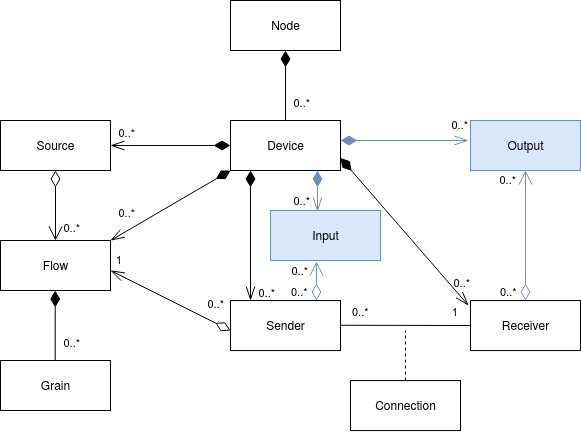
Earlier version of the draw.io export docs/images/is-11-data-model.png (AMWA-TV/is-11). Source tidied: cells renumbered, new cells last; positions are measured from the earlier drawing's top-left corner, leaving out a move shared by most shapes.
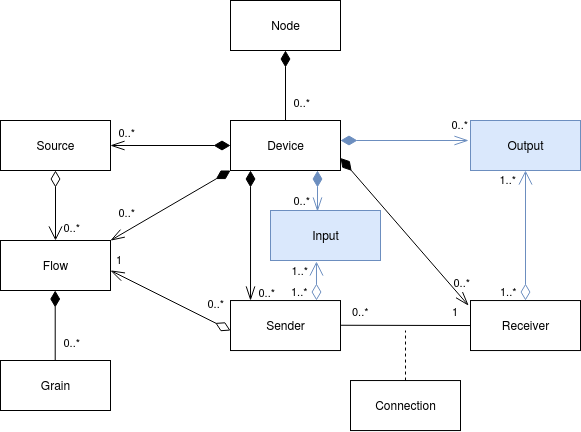
Later version of the same file.

Commit message:
Input/Sender and Output/Receiver relationship: 0..* <--> 1..*

Change to the diagram source:
```diff
@@ -125,12 +125,12 @@
     <mxCell id="31" style="endArrow=open;html=1;endSize=12;startArrow=diamondThin;startSize=14;startFill=0;edgeStyle=orthogonalEdgeStyle;rounded=0;strokeColor=#6C8EBF;exitX=0.5;exitY=0;exitDx=0;exitDy=0;entryX=0.5;entryY=1;entryDx=0;entryDy=0;" parent="1" edge="1" source="5" target="30">
       <mxGeometry relative="1" as="geometry" />
     </mxCell>
-    <mxCell id="32" value="0..*" style="edgeLabel;html=1;align=left;verticalAlign=top;labelBackgroundColor=none;" parent="31" vertex="1">
+    <mxCell id="32" value="1..*" style="edgeLabel;html=1;align=left;verticalAlign=top;labelBackgroundColor=none;" parent="31" vertex="1">
       <mxGeometry x="-1" relative="1" as="geometry">
         <mxPoint x="-27" y="-21" as="offset" />
       </mxGeometry>
     </mxCell>
-    <mxCell id="33" value="0..*" style="edgeLabel;html=1;align=right;verticalAlign=top;labelBackgroundColor=none;" parent="31" vertex="1">
+    <mxCell id="33" value="1..*" style="edgeLabel;html=1;align=right;verticalAlign=top;labelBackgroundColor=none;" parent="31" vertex="1">
       <mxGeometry x="1" relative="1" as="geometry">
         <mxPoint x="-9" y="-3" as="offset" />
       </mxGeometry>
@@ -168,12 +168,12 @@
         <mxPoint x="316" y="300" as="sourcePoint" />
       </mxGeometry>
     </mxCell>
-    <mxCell id="41" value="0..*" style="edgeLabel;html=1;align=left;verticalAlign=top;labelBackgroundColor=none;" parent="40" vertex="1">
+    <mxCell id="41" value="&lt;div&gt;1..*&lt;/div&gt;" style="edgeLabel;html=1;align=left;verticalAlign=top;labelBackgroundColor=none;" parent="40" vertex="1">
       <mxGeometry x="-1" relative="1" as="geometry">
         <mxPoint x="-27" y="-21" as="offset" />
       </mxGeometry>
     </mxCell>
-    <mxCell id="42" value="&lt;div&gt;0..*&lt;/div&gt;" style="edgeLabel;html=1;align=right;verticalAlign=top;labelBackgroundColor=none;" parent="40" vertex="1">
+    <mxCell id="42" value="&lt;div&gt;1..*&lt;/div&gt;" style="edgeLabel;html=1;align=right;verticalAlign=top;labelBackgroundColor=none;" parent="40" vertex="1">
       <mxGeometry x="1" relative="1" as="geometry">
         <mxPoint x="-8" y="-3" as="offset" />
       </mxGeometry>
```
